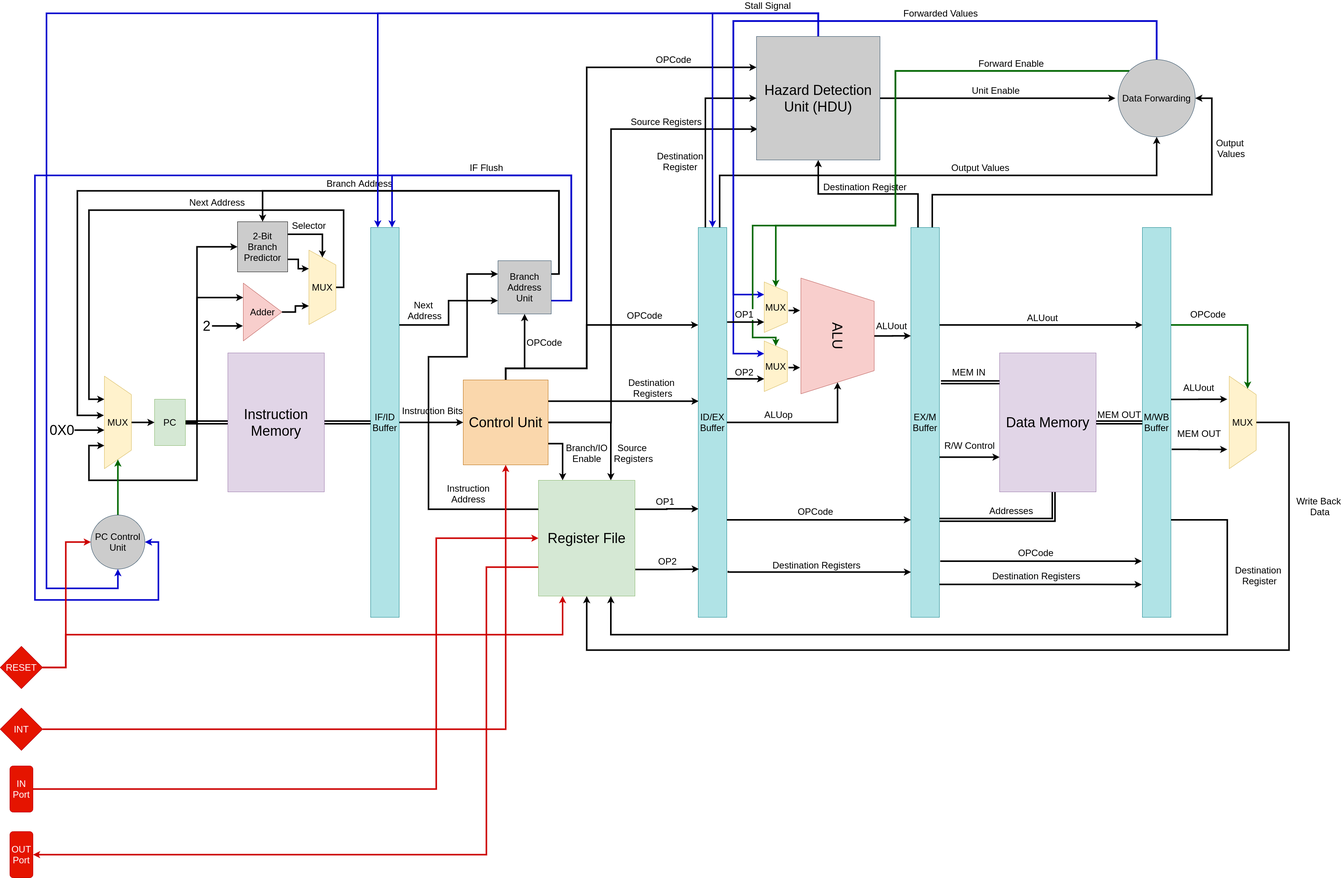
Above: docs/overall_system.png in mido3ds/pipeline-risc-cpu (draw.io), before the change. Source tidied: cells renumbered, new cells last; positions are measured from the earlier drawing's top-left corner, leaving out a move shared by most shapes.
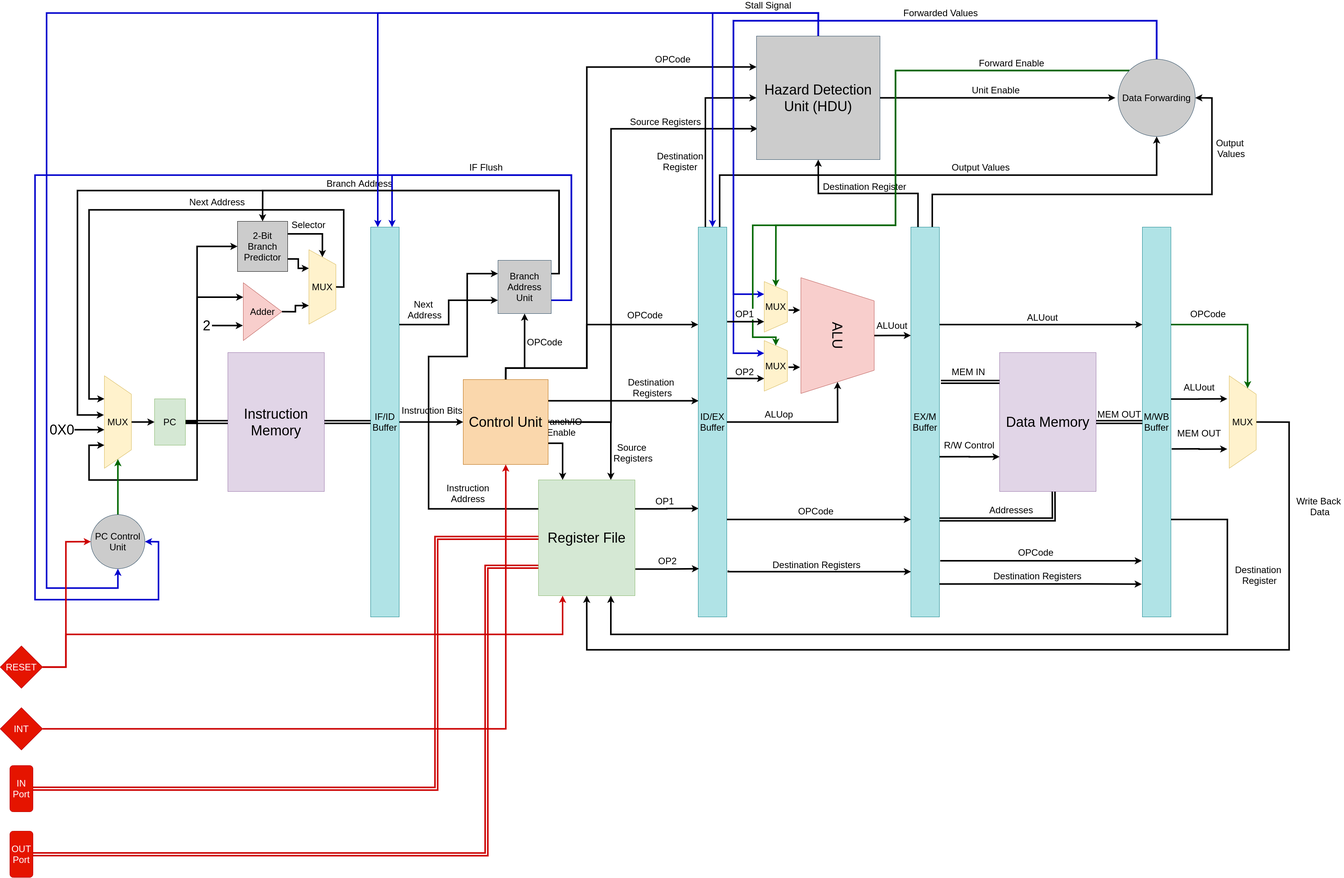
After the change.

Diff of the diagram source:
```diff
@@ -166,7 +166,7 @@
         <mxPoint x="1810" y="1284" as="targetPoint" />
       </mxGeometry>
     </mxCell>
-    <mxCell id="31" style="edgeStyle=orthogonalEdgeStyle;rounded=0;jettySize=auto;html=1;exitX=0;exitY=0.75;exitDx=0;exitDy=0;entryX=0.5;entryY=0;entryDx=0;entryDy=0;strokeColor=#CC0000;strokeWidth=4;" parent="1" edge="1" source="32" target="96">
+    <mxCell id="31" style="edgeStyle=orthogonalEdgeStyle;rounded=0;jettySize=auto;html=1;exitX=0;exitY=0.75;exitDx=0;exitDy=0;entryX=0.5;entryY=0;entryDx=0;entryDy=0;strokeColor=#CC0000;strokeWidth=4;shape=link;" parent="1" edge="1" source="32" target="96">
       <mxGeometry relative="1" as="geometry">
         <Array as="points">
           <mxPoint x="1260" y="1435" />
@@ -539,7 +539,7 @@
     <mxCell id="93" value="&lt;font style=&quot;font-size: 24px&quot;&gt;MUX&lt;/font&gt;" style="shape=trapezoid;perimeter=trapezoidPerimeter;whiteSpace=wrap;html=1;direction=south;fillColor=#fff2cc;strokeColor=#d6b656;" parent="1" vertex="1">
       <mxGeometry x="800" y="613.5" width="70" height="193" as="geometry" />
     </mxCell>
-    <mxCell id="94" style="edgeStyle=orthogonalEdgeStyle;rounded=0;jettySize=auto;html=1;exitX=0.5;exitY=0;exitDx=0;exitDy=0;entryX=0;entryY=0.5;entryDx=0;entryDy=0;strokeWidth=4;strokeColor=#CC0000;" parent="1" edge="1" source="95" target="32">
+    <mxCell id="94" style="edgeStyle=orthogonalEdgeStyle;rounded=0;jettySize=auto;html=1;exitX=0.5;exitY=0;exitDx=0;exitDy=0;entryX=0;entryY=0.5;entryDx=0;entryDy=0;strokeWidth=4;strokeColor=#CC0000;shape=link;" parent="1" edge="1" source="95" target="32">
       <mxGeometry relative="1" as="geometry">
         <Array as="points">
           <mxPoint x="1130" y="2010" />
```
